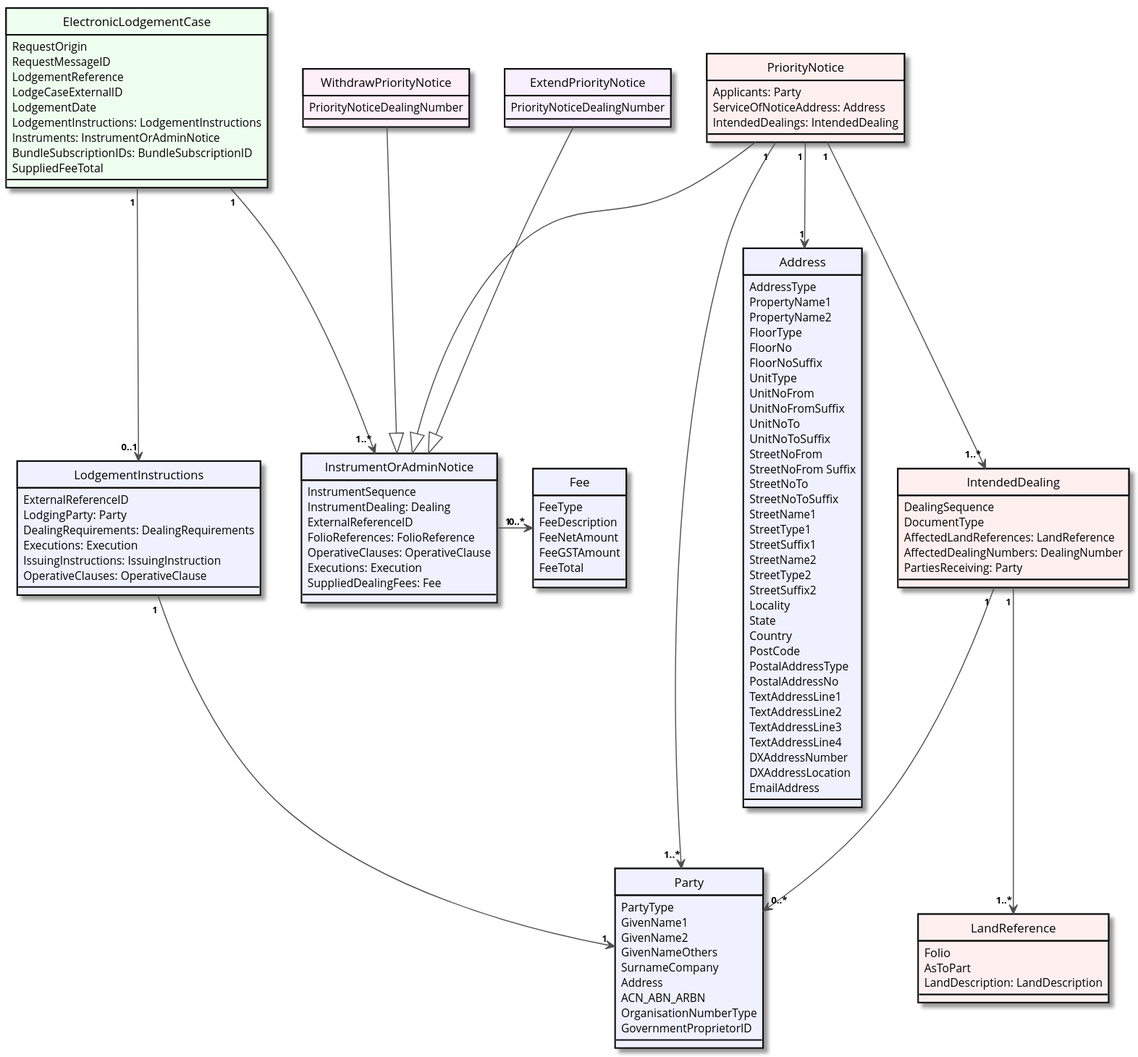
Before: images/electronic-lodgement-case.svg, a diagram exported from PlantUML (mrpeel/priority-notices-plantuml). Its source is kept beside it as puml/electronic-lodgement-case.puml.
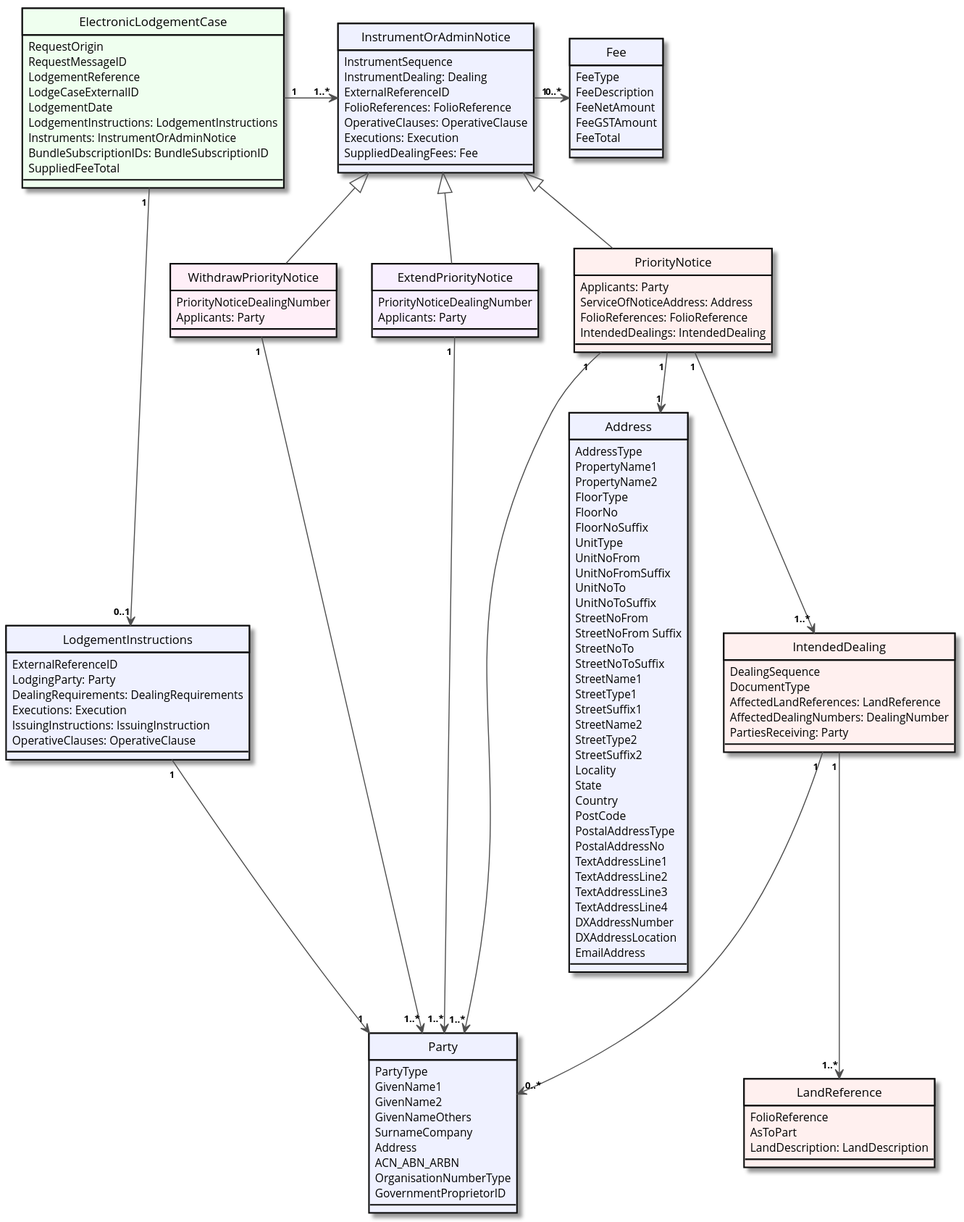
The same file after the commit.

Commit message:
Update for applicants on withdrawal and extension instruments

Diff of the diagram source:
```diff
@@ -99,15 +99,18 @@
 class PriorityNotice #FFF0EF {
   Applicants: Party
   ServiceOfNoticeAddress: Address
+  FolioReferences: FolioReference
   IntendedDealings: IntendedDealing
 }
 
 class WithdrawPriorityNotice #FFEFF8 {
   PriorityNoticeDealingNumber
+  Applicants: Party
 }
 
 class ExtendPriorityNotice #F8EFFF {
   PriorityNoticeDealingNumber
+  Applicants: Party
 }
 
 class IntendedDealing #FFF0EF {
@@ -119,23 +122,24 @@
 }
 
 class LandReference #FFF0EF {
-  Folio
+  FolioReference
   AsToPart
   LandDescription: LandDescription
 }
 
 ElectronicLodgementCase "1 " --> "0..1" LodgementInstructions
 LodgementInstructions "1 " --> "1" Party
-ElectronicLodgementCase "1 " --> "1..*" InstrumentOrAdminNotice
-InstrumentOrAdminNotice "1 " -right> "0..*" Fee
-PriorityNotice --|> InstrumentOrAdminNotice
+ElectronicLodgementCase "1 " -right-> "1..*" InstrumentOrAdminNotice
+InstrumentOrAdminNotice "1 " -right-> "0..*" Fee
+PriorityNotice -up-|> InstrumentOrAdminNotice
 PriorityNotice "1 " --> "1..*" Party
 PriorityNotice "1 " --> "1" Address
 PriorityNotice "1 " --> "1..*" IntendedDealing
 IntendedDealing "1 " --> "0..*" Party
 IntendedDealing "1 " --> "1..*" LandReference
-WithdrawPriorityNotice --|> InstrumentOrAdminNotice
-ExtendPriorityNotice --|> InstrumentOrAdminNotice
-
+WithdrawPriorityNotice -up-|> InstrumentOrAdminNotice
+WithdrawPriorityNotice "1 " --> "1..*" Party
+ExtendPriorityNotice -up-|> InstrumentOrAdminNotice
+ExtendPriorityNotice "1 " --> "1..*" Party
 
 @enduml
```
